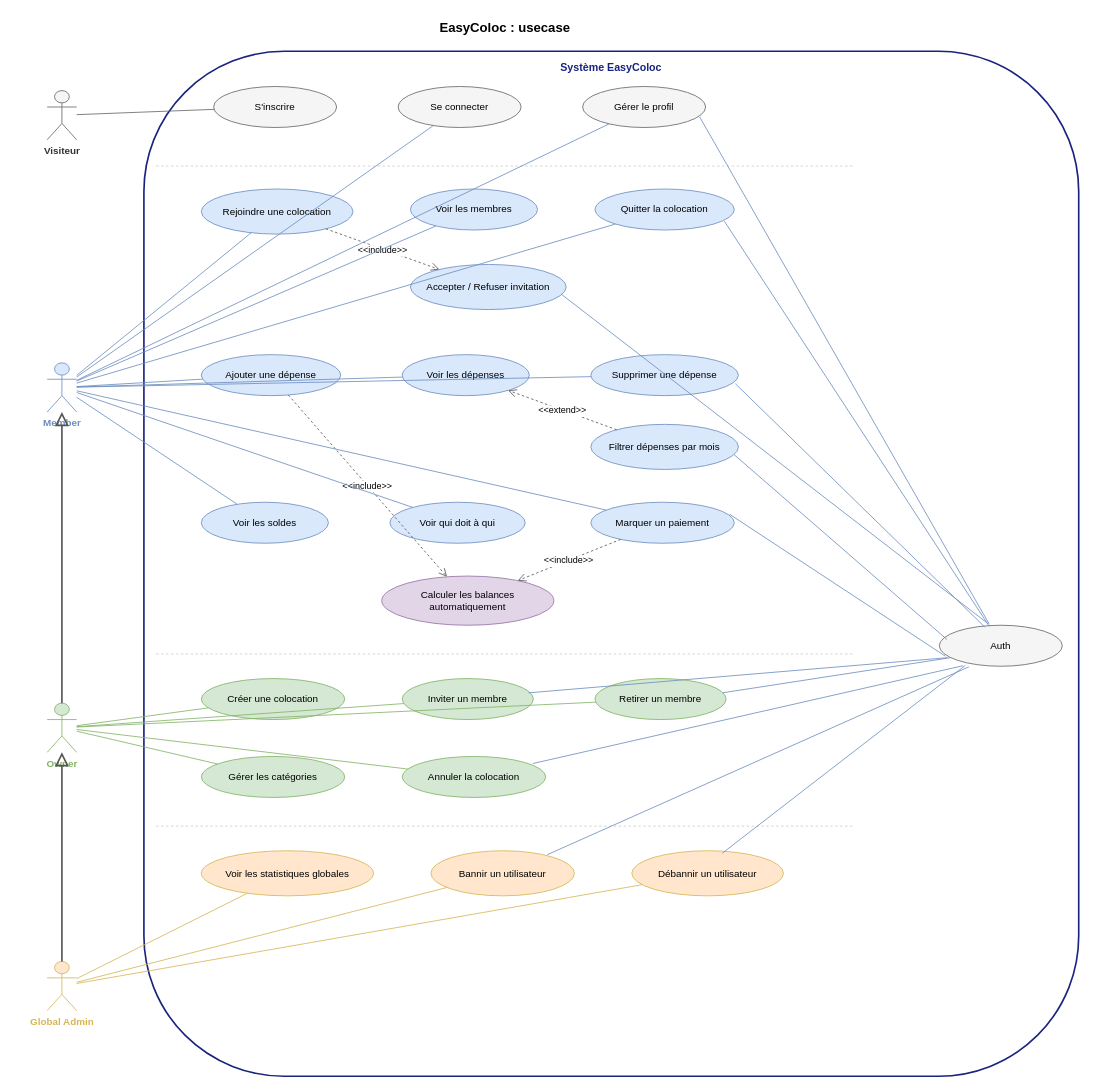
Earlier version of the draw.io diagram docs/usecase.drawio (hamzalafsioui/EasyColoc). Source tidied: cells renumbered, new cells numbered last; positions are measured from the earlier drawing's top-left corner, leaving out a move shared by most shapes. Both pictures are drawn from the tidied source at 82%, with x=0, y=0 at pixel (47, 14).
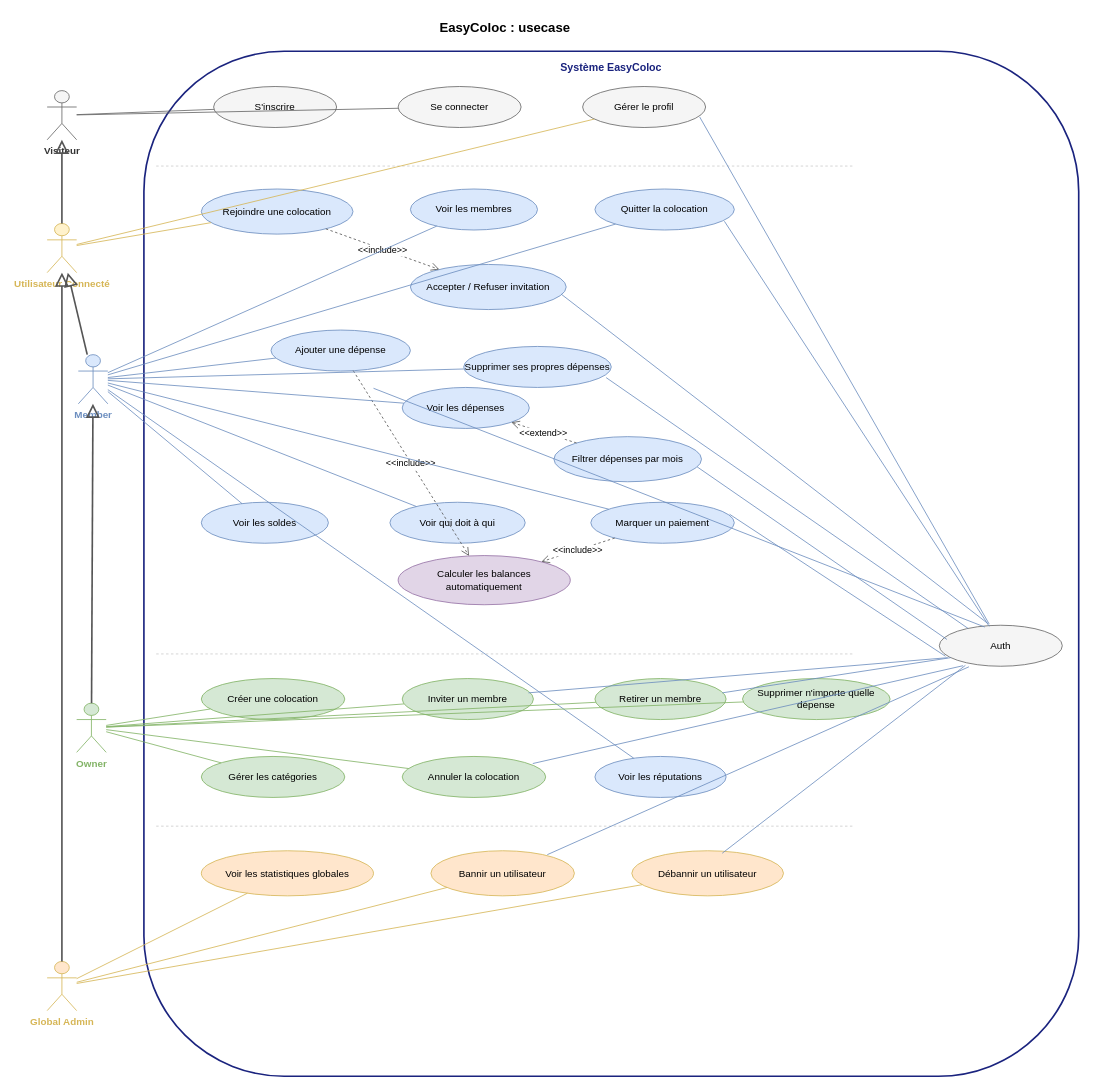
The same page after the edit.

The change refers to these unchanged cells:
```xml
<mxCell id="7" value="Visiteur" style="shape=umlActor;verticalLabelPosition=bottom;verticalAlign=top;html=1;outlineConnect=0;fillColor=#f5f5f5;strokeColor=#666666;fontColor=#333333;fontSize=12;fontStyle=1;" parent="1" vertex="1">
  <mxGeometry y="93" width="36" height="60" as="geometry" />
</mxCell>
<mxCell id="13" value="Se connecter" style="ellipse;whiteSpace=wrap;html=1;fillColor=#f5f5f5;strokeColor=#666666;fontSize=12;" parent="1" vertex="1">
  <mxGeometry x="428" y="88" width="150" height="50" as="geometry" />
</mxCell>
<mxCell id="14" value="Gérer le profil" style="ellipse;whiteSpace=wrap;html=1;fillColor=#f5f5f5;strokeColor=#666666;fontSize=12;" parent="1" vertex="1">
  <mxGeometry x="653" y="88" width="150" height="50" as="geometry" />
</mxCell>
<mxCell id="15" value="Rejoindre une colocation" style="ellipse;whiteSpace=wrap;html=1;fillColor=#dae8fc;strokeColor=#6c8ebf;fontSize=12;" parent="1" vertex="1">
  <mxGeometry x="188" y="213" width="185" height="55" as="geometry" />
</mxCell>
<mxCell id="60" value="Auth" style="ellipse;whiteSpace=wrap;html=1;fillColor=#f5f5f5;strokeColor=#666666;fontSize=12;" parent="1" vertex="1">
  <mxGeometry x="1088" y="745" width="150" height="50" as="geometry" />
</mxCell>
```

The edit, as a diff of the source:
```diff
@@
+    <mxCell id="72" value="Utilisateur Connecté" style="shape=umlActor;verticalLabelPosition=bottom;verticalAlign=top;html=1;outlineConnect=0;fillColor=#fff2cc;strokeColor=#d6b656;fontColor=#d6b656;fontSize=12;fontStyle=1;" parent="1" vertex="1">
+      <mxGeometry y="255" width="36" height="60" as="geometry" />
+    </mxCell>
     <mxCell id="8" value="Member" style="shape=umlActor;verticalLabelPosition=bottom;verticalAlign=top;html=1;outlineConnect=0;fillColor=#dae8fc;strokeColor=#6c8ebf;fontColor=#6c8ebf;fontSize=12;fontStyle=1;" parent="1" vertex="1">
-      <mxGeometry y="425" width="36" height="60" as="geometry" />
+      <mxGeometry x="38" y="415" width="36" height="60" as="geometry" />
     </mxCell>
     <mxCell id="9" value="Owner" style="shape=umlActor;verticalLabelPosition=bottom;verticalAlign=top;html=1;outlineConnect=0;fillColor=#d5e8d4;strokeColor=#82b366;fontColor=#82b366;fontSize=12;fontStyle=1;" parent="1" vertex="1">
-      <mxGeometry y="840" width="36" height="60" as="geometry" />
+      <mxGeometry x="36" y="840" width="36" height="60" as="geometry" />
     </mxCell>
+    <mxCell id="11" value="Global Admin" style="shape=umlActor;verticalLabelPosition=bottom;verticalAlign=top;html=1;outlineConnect=0;fillColor=#ffe6cc;strokeColor=#d6b656;fontColor=#d6b656;fontSize=12;fontStyle=1;" parent="1" vertex="1">
+      <mxGeometry y="1155" width="36" height="60" as="geometry" />
+    </mxCell>
+    <mxCell id="73" style="endArrow=block;endFill=0;endSize=12;strokeColor=#555555;strokeWidth=2;" parent="1" edge="1" source="72" target="7">
+      <mxGeometry relative="1" as="geometry" />
+    </mxCell>
+    <mxCell id="74" style="endArrow=block;endFill=0;endSize=12;strokeColor=#555555;strokeWidth=2;" parent="1" edge="1" source="8" target="72">
+      <mxGeometry relative="1" as="geometry" />
+    </mxCell>
@@
-    <mxCell id="11" value="Global Admin" style="shape=umlActor;verticalLabelPosition=bottom;verticalAlign=top;html=1;outlineConnect=0;fillColor=#ffe6cc;strokeColor=#d6b656;fontColor=#d6b656;fontSize=12;fontStyle=1;" parent="1" vertex="1">
-      <mxGeometry y="1155" width="36" height="60" as="geometry" />
-    </mxCell>
+    <mxCell id="75" style="endArrow=block;endFill=0;endSize=12;strokeColor=#555555;strokeWidth=2;" parent="1" edge="1" source="11" target="72">
+      <mxGeometry relative="1" as="geometry" />
+    </mxCell>
@@
     <mxCell id="20" value="Ajouter une dépense" style="ellipse;whiteSpace=wrap;html=1;fillColor=#dae8fc;strokeColor=#6c8ebf;fontSize=12;" parent="1" vertex="1">
-      <mxGeometry x="188" y="415" width="170" height="50" as="geometry" />
+      <mxGeometry x="273" y="385" width="170" height="50" as="geometry" />
     </mxCell>
     <mxCell id="21" value="Voir les dépenses" style="ellipse;whiteSpace=wrap;html=1;fillColor=#dae8fc;strokeColor=#6c8ebf;fontSize=12;" parent="1" vertex="1">
-      <mxGeometry x="433" y="415" width="155" height="50" as="geometry" />
+      <mxGeometry x="433" y="455" width="155" height="50" as="geometry" />
     </mxCell>
-    <mxCell id="22" value="Supprimer une dépense" style="ellipse;whiteSpace=wrap;html=1;fillColor=#dae8fc;strokeColor=#6c8ebf;fontSize=12;" parent="1" vertex="1">
-      <mxGeometry x="663" y="415" width="180" height="50" as="geometry" />
-    </mxCell>
+    <mxCell id="76" value="Supprimer ses propres dépenses" style="ellipse;whiteSpace=wrap;html=1;fillColor=#dae8fc;strokeColor=#6c8ebf;fontSize=12;" parent="1" vertex="1">
+      <mxGeometry x="508" y="405" width="180" height="50" as="geometry" />
+    </mxCell>
     <mxCell id="23" value="Filtrer dépenses par mois" style="ellipse;whiteSpace=wrap;html=1;fillColor=#dae8fc;strokeColor=#6c8ebf;fontSize=12;" parent="1" vertex="1">
-      <mxGeometry x="663" y="500" width="180" height="55" as="geometry" />
+      <mxGeometry x="618" y="515" width="180" height="55" as="geometry" />
     </mxCell>
@@
     <mxCell id="28" value="Calculer les balances automatiquement" style="ellipse;whiteSpace=wrap;html=1;fillColor=#e1d5e7;strokeColor=#9673a6;fontSize=12;" parent="1" vertex="1">
-      <mxGeometry x="408" y="685" width="210" height="60" as="geometry" />
+      <mxGeometry x="428" y="660" width="210" height="60" as="geometry" />
     </mxCell>
@@
+    <mxCell id="77" value="Supprimer n'importe quelle dépense" style="ellipse;whiteSpace=wrap;html=1;fillColor=#d5e8d4;strokeColor=#82b366;fontSize=12;" parent="1" vertex="1">
+      <mxGeometry x="848" y="810" width="180" height="50" as="geometry" />
+    </mxCell>
@@
+    <mxCell id="78" value="Voir les réputations" style="ellipse;whiteSpace=wrap;html=1;fillColor=#dae8fc;strokeColor=#6c8ebf;fontSize=12;" parent="1" vertex="1">
+      <mxGeometry x="668" y="905" width="160" height="50" as="geometry" />
+    </mxCell>
@@
-    <mxCell id="40" style="endArrow=none;strokeColor=#6c8ebf;" parent="1" edge="1" source="8" target="13">
-      <mxGeometry relative="1" as="geometry" />
-    </mxCell>
-    <mxCell id="41" style="endArrow=none;strokeColor=#6c8ebf;" parent="1" edge="1" source="8" target="14">
-      <mxGeometry relative="1" as="geometry" />
-    </mxCell>
-    <mxCell id="42" style="endArrow=none;strokeColor=#6c8ebf;" parent="1" edge="1" source="8" target="15">
-      <mxGeometry relative="1" as="geometry" />
-    </mxCell>
+    <mxCell id="79" style="endArrow=none;strokeColor=#666666;" parent="1" edge="1" source="7" target="13">
+      <mxGeometry relative="1" as="geometry" />
+    </mxCell>
+    <mxCell id="80" style="endArrow=none;strokeColor=#d6b656;" parent="1" edge="1" source="72" target="14">
+      <mxGeometry relative="1" as="geometry" />
+    </mxCell>
+    <mxCell id="81" style="endArrow=none;strokeColor=#d6b656;" parent="1" edge="1" source="72" target="15">
+      <mxGeometry relative="1" as="geometry" />
+    </mxCell>
@@
-    <mxCell id="47" style="endArrow=none;strokeColor=#6c8ebf;" parent="1" edge="1" source="8" target="22">
+    <mxCell id="47" style="endArrow=none;strokeColor=#6c8ebf;" parent="1" edge="1" source="8" target="76">
       <mxGeometry relative="1" as="geometry" />
     </mxCell>
@@
+    <mxCell id="82" style="endArrow=none;strokeColor=#6c8ebf;" parent="1" edge="1" source="8" target="78">
+      <mxGeometry relative="1" as="geometry" />
+    </mxCell>
@@
+    <mxCell id="83" style="endArrow=none;strokeColor=#82b366;" parent="1" edge="1" source="9" target="77">
+      <mxGeometry relative="1" as="geometry" />
+    </mxCell>
@@
-    <mxCell id="59" style="endArrow=block;endFill=0;endSize=12;strokeColor=#555555;strokeWidth=2;" parent="1" edge="1" source="11" target="9">
-      <mxGeometry relative="1" as="geometry" />
-    </mxCell>
@@
-    <mxCell id="61" style="endArrow=none;strokeColor=#6c8ebf;entryX=0.37;entryY=0.044;entryDx=0;entryDy=0;entryPerimeter=0;exitX=0.98;exitY=0.711;exitDx=0;exitDy=0;exitPerimeter=0;" parent="1" edge="1" source="22" target="60">
-      <mxGeometry relative="1" as="geometry" />
+    <mxCell id="61" style="endArrow=none;strokeColor=#6c8ebf;entryX=0.37;entryY=0.044;entryDx=0;entryDy=0;entryPerimeter=0;exitX=0.98;exitY=0.711;exitDx=0;exitDy=0;exitPerimeter=0;" parent="1" edge="1" target="60">
+      <mxGeometry relative="1" as="geometry">
+        <mxPoint x="398" y="456" as="sourcePoint" />
+      </mxGeometry>
     </mxCell>
@@
+    <mxCell id="84" style="endArrow=none;strokeColor=#6c8ebf;entryX=0.234;entryY=0.078;entryDx=0;entryDy=0;entryPerimeter=0;exitX=0.965;exitY=0.76;exitDx=0;exitDy=0;exitPerimeter=0;" parent="1" edge="1" source="76" target="60">
+      <mxGeometry relative="1" as="geometry" />
+    </mxCell>
```
